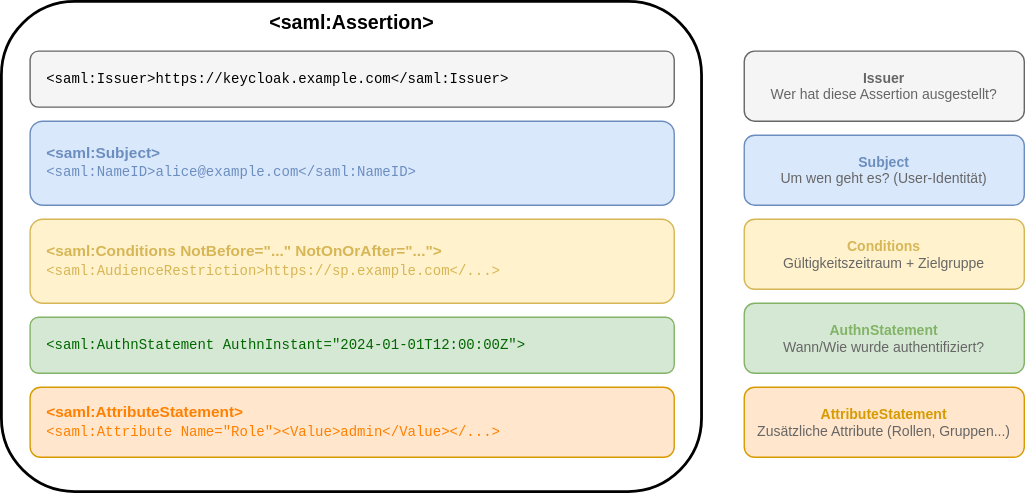
This is slides/02-protokoll-standards/images/saml_assertion.drawio.svg from it-erben/training-keycloak, a draw.io export, as it was before one commit. Source tidied: cells renumbered, new cells last; positions are measured from the earlier drawing's top-left corner, leaving out a move shared by most shapes.
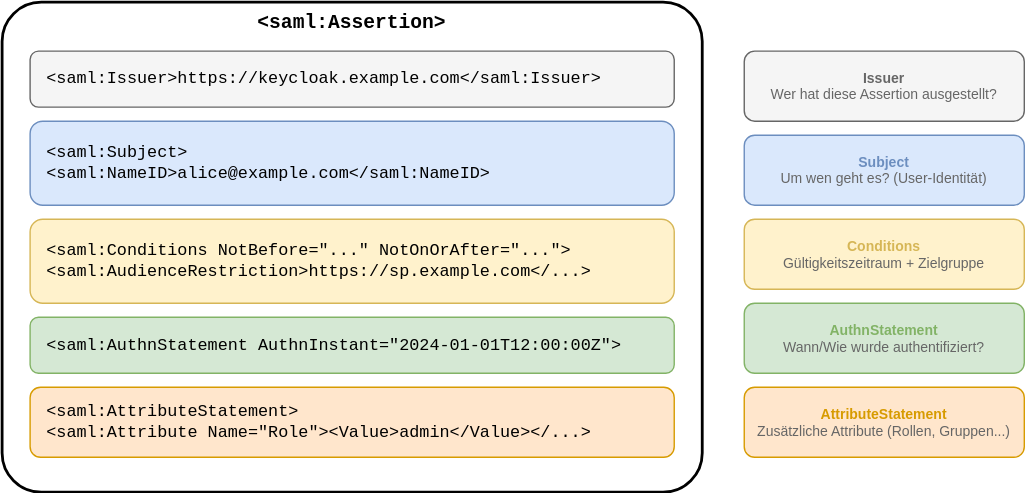
Later version of the same file.

The edit, as a diff of the source:
```diff
@@ -2,22 +2,22 @@
   <root>
     <mxCell id="0" />
     <mxCell id="1" parent="0" />
-    <mxCell id="2" value="&lt;font style=&quot;font-size: 14px; color: rgb(0, 0, 0);&quot;&gt;&lt;b style=&quot;&quot;&gt;&amp;lt;saml:Assertion&amp;gt;&lt;/b&gt;&lt;/font&gt;" style="rounded=1;whiteSpace=wrap;html=1;strokeWidth=2;align=center;verticalAlign=top;fontSize=14;" parent="1" vertex="1">
+    <mxCell id="2" value="&lt;saml:Assertion&gt;" style="rounded=1;whiteSpace=wrap;strokeWidth=2;align=center;verticalAlign=top;fontSize=14;arcSize=8;fontFamily=Courier New;fontStyle=1;" parent="1" vertex="1">
       <mxGeometry width="500" height="350" as="geometry" />
     </mxCell>
-    <mxCell id="3" value="&lt;font style=&quot;font-size:10px&quot;&gt;&lt;code&gt;&amp;lt;saml:Issuer&amp;gt;https://keycloak.example.com&amp;lt;/saml:Issuer&amp;gt;&lt;/code&gt;&lt;/font&gt;" style="rounded=1;whiteSpace=wrap;html=1;fillColor=#f5f5f5;strokeColor=#666666;strokeWidth=1;align=left;verticalAlign=middle;fontSize=10;spacingLeft=10;" parent="1" vertex="1">
+    <mxCell id="3" value="&lt;saml:Issuer&gt;https://keycloak.example.com&lt;/saml:Issuer&gt;" style="rounded=1;whiteSpace=wrap;fillColor=#f5f5f5;strokeColor=#666666;strokeWidth=1;align=left;verticalAlign=middle;fontSize=12;spacingLeft=10;fontColor=default;fontFamily=Courier New;" parent="1" vertex="1">
       <mxGeometry x="20" y="35" width="460" height="40" as="geometry" />
     </mxCell>
-    <mxCell id="4" value="&lt;font style=&quot;font-size:11px&quot; color=&quot;#6c8ebf&quot;&gt;&lt;b&gt;&amp;lt;saml:Subject&amp;gt;&lt;/b&gt;&lt;/font&gt;&lt;br&gt;&lt;font style=&quot;font-size:10px&quot;&gt;&lt;code&gt;&amp;lt;saml:NameID&amp;gt;alice@example.com&amp;lt;/saml:NameID&amp;gt;&lt;/code&gt;&lt;/font&gt;" style="rounded=1;whiteSpace=wrap;html=1;fillColor=#dae8fc;strokeColor=#6c8ebf;strokeWidth=1;align=left;verticalAlign=middle;fontSize=10;fontColor=#6c8ebf;spacingLeft=10;" parent="1" vertex="1">
+    <mxCell id="4" value="&lt;saml:Subject&gt;&#10;&lt;saml:NameID&gt;alice@example.com&lt;/saml:NameID&gt;" style="rounded=1;whiteSpace=wrap;fillColor=#dae8fc;strokeColor=#6c8ebf;strokeWidth=1;align=left;verticalAlign=middle;fontSize=12;fontColor=#000000;spacingLeft=10;fontFamily=Courier New;" parent="1" vertex="1">
       <mxGeometry x="20" y="85" width="460" height="60" as="geometry" />
     </mxCell>
-    <mxCell id="5" value="&lt;font style=&quot;font-size:11px&quot; color=&quot;#d6b656&quot;&gt;&lt;b&gt;&amp;lt;saml:Conditions NotBefore=&amp;quot;...&amp;quot; NotOnOrAfter=&amp;quot;...&amp;quot;&amp;gt;&lt;/b&gt;&lt;/font&gt;&lt;br&gt;&lt;font style=&quot;font-size:10px&quot;&gt;&lt;code&gt;&amp;lt;saml:AudienceRestriction&amp;gt;https://sp.example.com&amp;lt;/...&amp;gt;&lt;/code&gt;&lt;/font&gt;" style="rounded=1;whiteSpace=wrap;html=1;fillColor=#fff2cc;strokeColor=#d6b656;strokeWidth=1;align=left;verticalAlign=middle;fontSize=10;fontColor=#d6b656;spacingLeft=10;" parent="1" vertex="1">
+    <mxCell id="5" value="&lt;saml:Conditions NotBefore=&quot;...&quot; NotOnOrAfter=&quot;...&quot;&gt;&#10;&lt;saml:AudienceRestriction&gt;https://sp.example.com&lt;/...&gt;" style="rounded=1;whiteSpace=wrap;fillColor=#fff2cc;strokeColor=#d6b656;strokeWidth=1;align=left;verticalAlign=middle;fontSize=12;fontColor=#000000;spacingLeft=10;fontFamily=Courier New;" parent="1" vertex="1">
       <mxGeometry x="20" y="155" width="460" height="60" as="geometry" />
     </mxCell>
-    <mxCell id="6" value="&lt;font style=&quot;font-size: 10px; color: rgb(0, 102, 0);&quot;&gt;&lt;code&gt;&amp;lt;saml:AuthnStatement AuthnInstant=&quot;2024-01-01T12:00:00Z&quot;&amp;gt;&lt;/code&gt;&lt;/font&gt;" style="rounded=1;whiteSpace=wrap;html=1;fillColor=#d5e8d4;strokeColor=#82b366;strokeWidth=1;align=left;verticalAlign=middle;fontSize=10;spacingLeft=10;" parent="1" vertex="1">
+    <mxCell id="6" value="&lt;font face=&quot;Courier New&quot;&gt;&amp;lt;saml:AuthnStatement AuthnInstant=&quot;2024-01-01T12:00:00Z&quot;&amp;gt;&lt;/font&gt;" style="rounded=1;whiteSpace=wrap;fillColor=#d5e8d4;strokeColor=#82b366;strokeWidth=1;align=left;verticalAlign=middle;fontSize=12;spacingLeft=10;html=1;" parent="1" vertex="1">
       <mxGeometry x="20" y="225" width="460" height="40" as="geometry" />
     </mxCell>
-    <mxCell id="7" value="&lt;font style=&quot;color: rgb(255, 128, 0);&quot;&gt;&lt;font style=&quot;font-size: 11px;&quot;&gt;&lt;b style=&quot;&quot;&gt;&amp;lt;saml:AttributeStatement&amp;gt;&lt;/b&gt;&lt;/font&gt;&lt;br&gt;&lt;font style=&quot;font-size: 10px;&quot;&gt;&lt;code style=&quot;&quot;&gt;&amp;lt;saml:Attribute Name=&quot;Role&quot;&amp;gt;&amp;lt;Value&amp;gt;admin&amp;lt;/Value&amp;gt;&amp;lt;/...&amp;gt;&lt;/code&gt;&lt;/font&gt;&lt;/font&gt;" style="rounded=1;whiteSpace=wrap;html=1;fillColor=#ffe6cc;strokeColor=#d79b00;strokeWidth=1;align=left;verticalAlign=middle;fontSize=10;spacingLeft=10;" parent="1" vertex="1">
+    <mxCell id="7" value="&lt;saml:AttributeStatement&gt;&#10;&lt;saml:Attribute Name=&quot;Role&quot;&gt;&lt;Value&gt;admin&lt;/Value&gt;&lt;/...&gt;" style="rounded=1;whiteSpace=wrap;fillColor=#ffe6cc;strokeColor=#d79b00;strokeWidth=1;align=left;verticalAlign=middle;fontSize=12;spacingLeft=10;fontFamily=Courier New;" parent="1" vertex="1">
       <mxGeometry x="20" y="275" width="460" height="50" as="geometry" />
     </mxCell>
     <mxCell id="8" value="&lt;font style=&quot;font-size:10px&quot;&gt;&lt;b&gt;Issuer&lt;/b&gt;&lt;/font&gt;&lt;br&gt;&lt;font style=&quot;font-size:10px&quot; color=&quot;#666666&quot;&gt;Wer hat diese Assertion ausgestellt?&lt;/font&gt;" style="rounded=1;whiteSpace=wrap;html=1;fillColor=#f5f5f5;strokeColor=#666666;strokeWidth=1;align=center;verticalAlign=middle;fontSize=10;fontColor=#666666;" parent="1" vertex="1">
```
